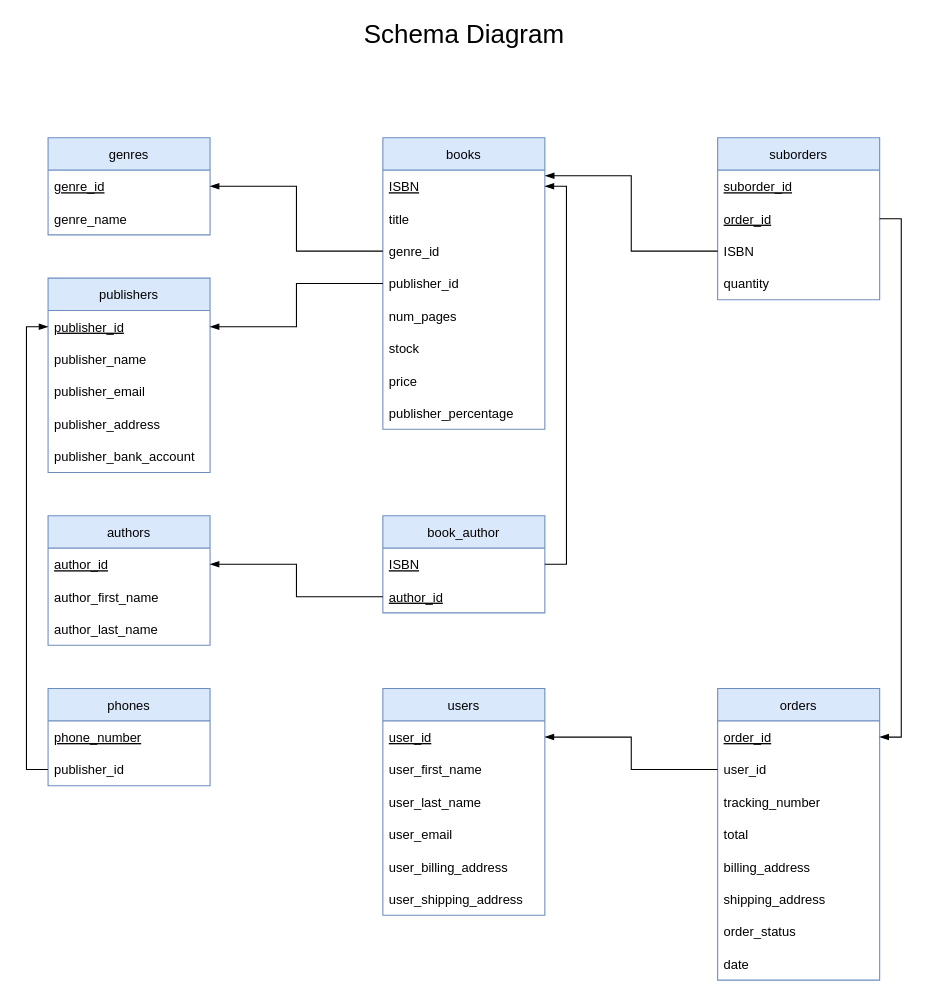
This is Report/Schemas/Schema Diagram.drawio from michaeldquach/COMP-3005-Final-Project, a draw.io file, before an edit. Source tidied: cells renumbered, new cells numbered last; positions are measured from the earlier drawing's top-left corner, leaving out a move shared by most shapes. Both pictures are drawn from the tidied source at 108%, with x=0, y=0 at pixel (48, 18).
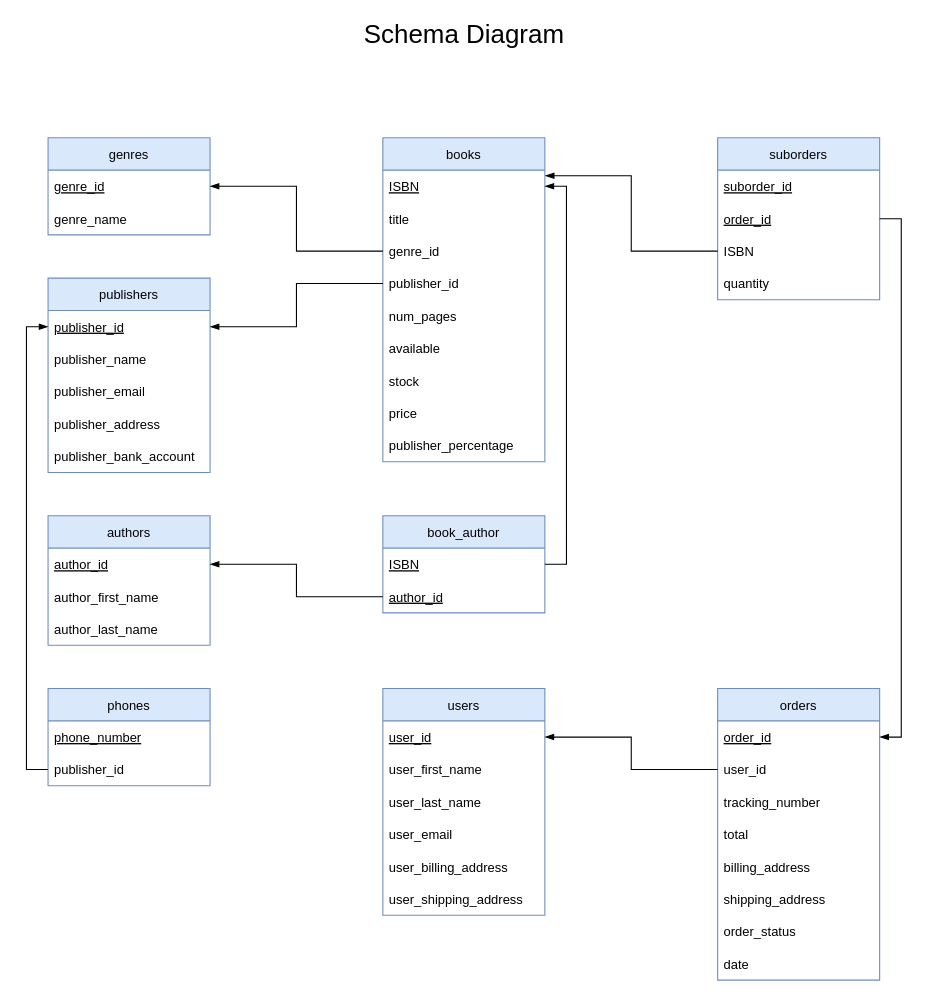
Above is the later version.

What changed in the source:
```diff
@@
     <mxCell id="2" value="books" style="swimlane;fontStyle=0;horizontal=1;startSize=30;fillColor=#dae8fc;strokeColor=#6c8ebf;" parent="1" vertex="1">
-      <mxGeometry x="310" y="110" width="150" height="270" as="geometry" />
+      <mxGeometry x="310" y="110" width="150" height="300" as="geometry" />
     </mxCell>
@@
+    <mxCell id="60" value="available" style="text;strokeColor=none;fillColor=none;align=left;verticalAlign=middle;spacingLeft=4;spacingRight=4;overflow=hidden;" parent="2" vertex="1">
+      <mxGeometry y="180" width="150" height="30" as="geometry" />
+    </mxCell>
     <mxCell id="8" value="stock" style="text;strokeColor=none;fillColor=none;align=left;verticalAlign=middle;spacingLeft=4;spacingRight=4;overflow=hidden;" parent="2" vertex="1">
-      <mxGeometry y="180" width="150" height="30" as="geometry" />
+      <mxGeometry y="210" width="150" height="30" as="geometry" />
     </mxCell>
     <mxCell id="9" value="price" style="text;strokeColor=none;fillColor=none;align=left;verticalAlign=middle;spacingLeft=4;spacingRight=4;overflow=hidden;" parent="2" vertex="1">
-      <mxGeometry y="210" width="150" height="30" as="geometry" />
+      <mxGeometry y="240" width="150" height="30" as="geometry" />
     </mxCell>
     <mxCell id="10" value="publisher_percentage" style="text;strokeColor=none;fillColor=none;align=left;verticalAlign=middle;spacingLeft=4;spacingRight=4;overflow=hidden;" parent="2" vertex="1">
-      <mxGeometry y="240" width="150" height="30" as="geometry" />
+      <mxGeometry y="270" width="150" height="30" as="geometry" />
     </mxCell>
```
